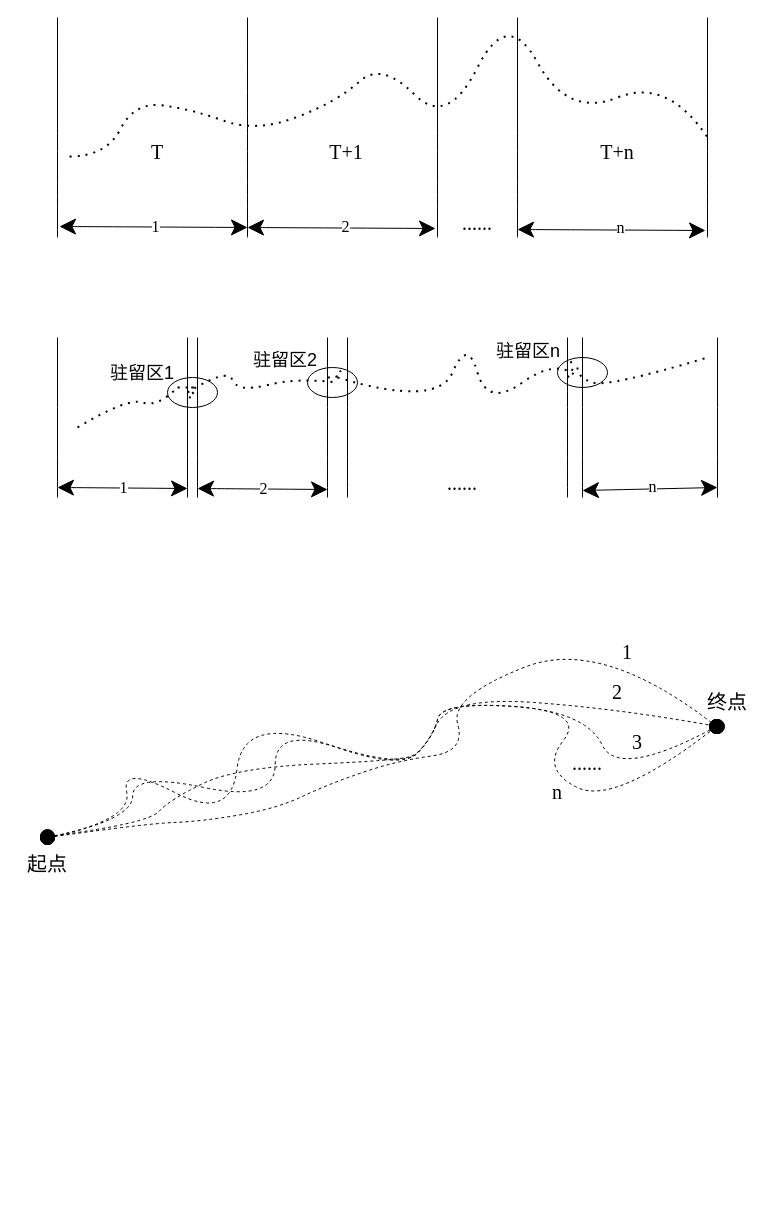
This is 专利2.drawio from wangwuhua11/draw, a draw.io file, before an edit. Source tidied: cells renumbered, new cells numbered last; positions are measured from the earlier drawing's top-left corner, leaving out a move shared by most shapes. Both pictures are drawn from the tidied source at 100%, with x=0, y=0 at pixel (17, 7).
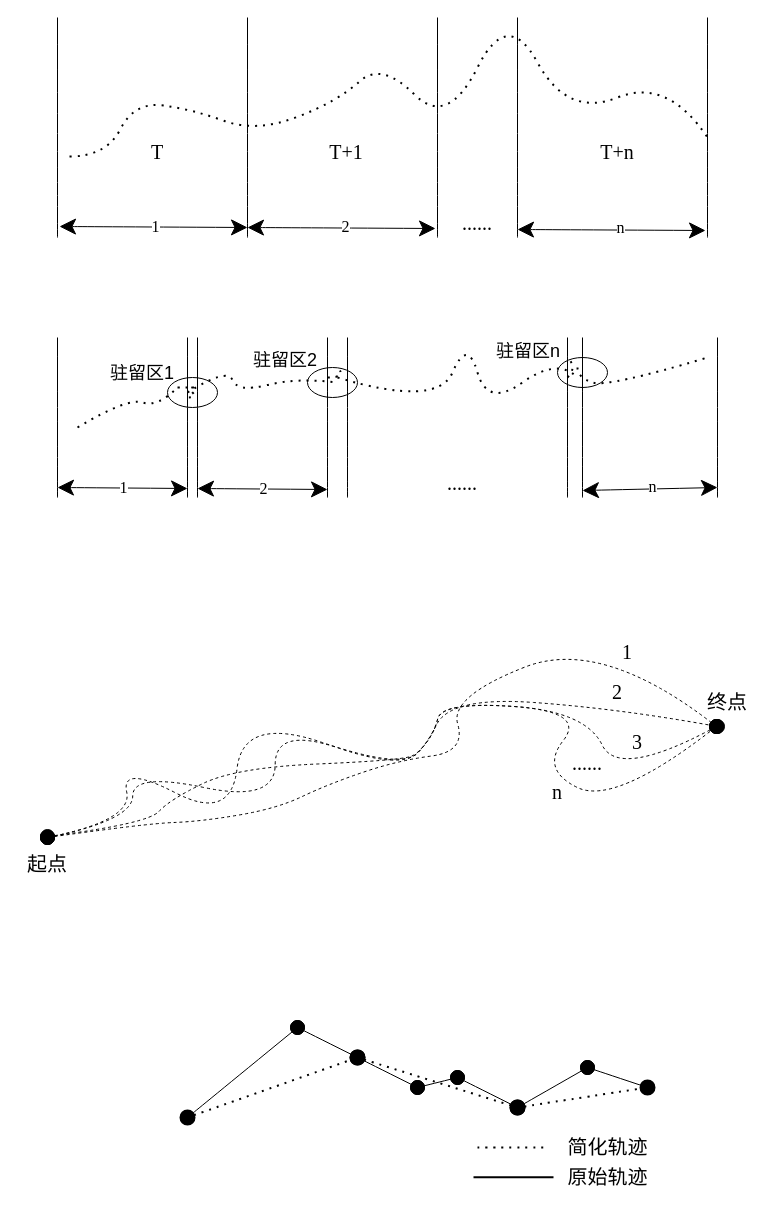
The same page after the edit.

Diff of the diagram source:
```diff
@@
+    <mxCell id="58" style="endArrow=oval;html=1;rounded=0;fontFamily=Architects Daughter;fontSize=16;startSize=14;endSize=14;sourcePerimeterSpacing=8;targetPerimeterSpacing=8;curved=1;startArrow=oval;startFill=1;endFill=1;" parent="1" edge="1">
+      <mxGeometry relative="1" as="geometry">
+        <mxPoint x="170" y="1110" as="sourcePoint" />
+        <mxPoint x="280" y="1020" as="targetPoint" />
+      </mxGeometry>
+    </mxCell>
+    <mxCell id="59" style="endArrow=oval;html=1;rounded=0;fontFamily=Architects Daughter;fontSize=16;startSize=14;endSize=14;sourcePerimeterSpacing=8;targetPerimeterSpacing=8;curved=1;startArrow=oval;startFill=1;endFill=1;" parent="1" edge="1">
+      <mxGeometry relative="1" as="geometry">
+        <mxPoint x="280" y="1020" as="sourcePoint" />
+        <mxPoint x="340" y="1050" as="targetPoint" />
+      </mxGeometry>
+    </mxCell>
+    <mxCell id="60" style="endArrow=oval;html=1;rounded=0;fontFamily=Architects Daughter;fontSize=16;startSize=14;endSize=14;sourcePerimeterSpacing=8;targetPerimeterSpacing=8;curved=1;startArrow=oval;startFill=1;endFill=1;" parent="1" edge="1">
+      <mxGeometry relative="1" as="geometry">
+        <mxPoint x="340" y="1050" as="sourcePoint" />
+        <mxPoint x="400" y="1080" as="targetPoint" />
+      </mxGeometry>
+    </mxCell>
+    <mxCell id="61" style="endArrow=oval;html=1;rounded=0;fontFamily=Architects Daughter;fontSize=16;startSize=14;endSize=14;sourcePerimeterSpacing=8;targetPerimeterSpacing=8;curved=1;startArrow=oval;startFill=1;endFill=1;" parent="1" edge="1">
+      <mxGeometry relative="1" as="geometry">
+        <mxPoint x="400" y="1080" as="sourcePoint" />
+        <mxPoint x="440" y="1070" as="targetPoint" />
+      </mxGeometry>
+    </mxCell>
+    <mxCell id="62" style="endArrow=oval;html=1;rounded=0;fontFamily=Architects Daughter;fontSize=16;startSize=14;endSize=14;sourcePerimeterSpacing=8;targetPerimeterSpacing=8;curved=1;startArrow=oval;startFill=1;endFill=1;" parent="1" edge="1">
+      <mxGeometry relative="1" as="geometry">
+        <mxPoint x="440" y="1070" as="sourcePoint" />
+        <mxPoint x="500" y="1100" as="targetPoint" />
+      </mxGeometry>
+    </mxCell>
+    <mxCell id="63" style="endArrow=oval;html=1;rounded=0;fontFamily=Architects Daughter;fontSize=16;startSize=14;endSize=14;sourcePerimeterSpacing=8;targetPerimeterSpacing=8;curved=1;startArrow=oval;startFill=1;endFill=1;" parent="1" edge="1">
+      <mxGeometry relative="1" as="geometry">
+        <mxPoint x="500" y="1100" as="sourcePoint" />
+        <mxPoint x="570" y="1060" as="targetPoint" />
+      </mxGeometry>
+    </mxCell>
+    <mxCell id="64" style="endArrow=oval;html=1;rounded=0;fontFamily=Architects Daughter;fontSize=16;startSize=14;endSize=14;sourcePerimeterSpacing=8;targetPerimeterSpacing=8;curved=1;startArrow=oval;startFill=1;endFill=1;" parent="1" edge="1">
+      <mxGeometry relative="1" as="geometry">
+        <mxPoint x="570" y="1060" as="sourcePoint" />
+        <mxPoint x="630" y="1080" as="targetPoint" />
+      </mxGeometry>
+    </mxCell>
+    <mxCell id="65" style="endArrow=oval;dashed=1;html=1;dashPattern=1 3;strokeWidth=2;rounded=0;fontFamily=Architects Daughter;fontSize=16;startSize=14;endSize=14;sourcePerimeterSpacing=8;targetPerimeterSpacing=8;curved=1;startArrow=oval;startFill=1;endFill=1;" parent="1" edge="1">
+      <mxGeometry relative="1" as="geometry">
+        <mxPoint x="170" y="1110" as="sourcePoint" />
+        <mxPoint x="340" y="1050" as="targetPoint" />
+      </mxGeometry>
+    </mxCell>
+    <mxCell id="66" style="endArrow=oval;dashed=1;html=1;dashPattern=1 3;strokeWidth=2;rounded=0;fontFamily=Architects Daughter;fontSize=16;startSize=14;endSize=14;sourcePerimeterSpacing=8;targetPerimeterSpacing=8;curved=1;startArrow=oval;startFill=1;endFill=1;" parent="1" edge="1">
+      <mxGeometry relative="1" as="geometry">
+        <mxPoint x="340" y="1050" as="sourcePoint" />
+        <mxPoint x="500" y="1100" as="targetPoint" />
+      </mxGeometry>
+    </mxCell>
+    <mxCell id="67" style="endArrow=oval;dashed=1;html=1;dashPattern=1 3;strokeWidth=2;rounded=0;fontFamily=Architects Daughter;fontSize=16;startSize=14;endSize=14;sourcePerimeterSpacing=8;targetPerimeterSpacing=8;curved=1;startArrow=oval;startFill=1;endFill=1;" parent="1" edge="1">
+      <mxGeometry relative="1" as="geometry">
+        <mxPoint x="500" y="1100" as="sourcePoint" />
+        <mxPoint x="630" y="1080" as="targetPoint" />
+      </mxGeometry>
+    </mxCell>
+    <mxCell id="68" style="endArrow=none;dashed=1;html=1;dashPattern=1 3;strokeWidth=2;rounded=0;fontFamily=Architects Daughter;fontSize=16;startSize=14;endSize=14;sourcePerimeterSpacing=8;targetPerimeterSpacing=8;curved=1;" parent="1" edge="1" target="69">
+      <mxGeometry relative="1" as="geometry">
+        <mxPoint x="460" y="1140" as="sourcePoint" />
+      </mxGeometry>
+    </mxCell>
+    <mxCell id="69" value="&lt;font face=&quot;宋体&quot;&gt;简化轨迹&lt;/font&gt;" style="text;html=1;align=center;verticalAlign=middle;points=[];strokeColor=none;fillColor=none;fontSize=20;fontFamily=Architects Daughter;" parent="1" vertex="1">
+      <mxGeometry x="540" y="1120" width="100" height="40" as="geometry" />
+    </mxCell>
+    <mxCell id="70" style="endArrow=none;html=1;strokeWidth=2;rounded=0;fontFamily=Architects Daughter;fontSize=16;startSize=14;endSize=14;sourcePerimeterSpacing=8;targetPerimeterSpacing=8;curved=1;" parent="1" edge="1">
+      <mxGeometry relative="1" as="geometry">
+        <mxPoint x="456" y="1169.7" as="sourcePoint" />
+        <mxPoint x="536" y="1169.7" as="targetPoint" />
+      </mxGeometry>
+    </mxCell>
+    <mxCell id="71" value="&lt;font face=&quot;宋体&quot;&gt;原始轨迹&lt;/font&gt;" style="text;html=1;align=center;verticalAlign=middle;strokeColor=none;fillColor=none;fontSize=20;fontFamily=Architects Daughter;" parent="1" vertex="1">
+      <mxGeometry x="540" y="1150" width="100" height="40" as="geometry" />
+    </mxCell>
```
